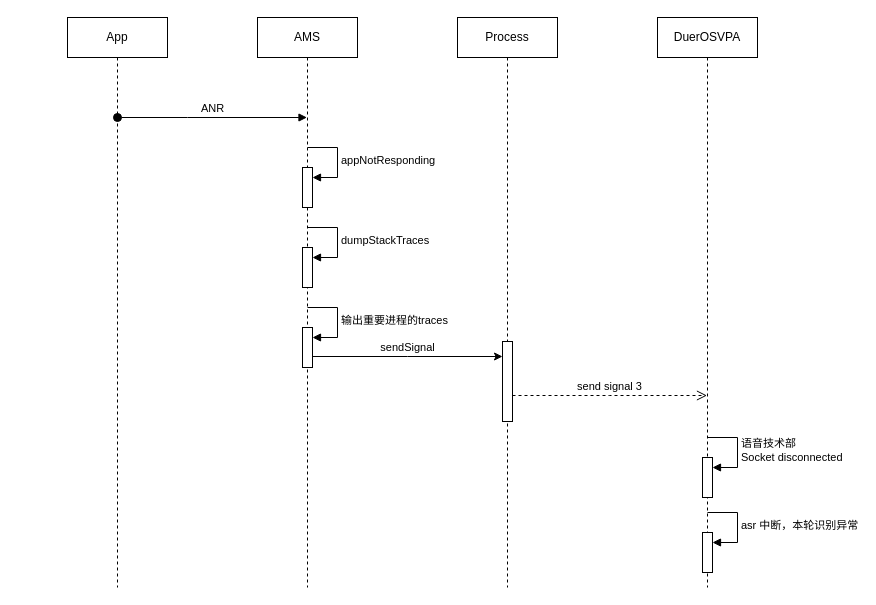
This is page "第 17 页" (17 of 17) of 未命名绘图.drawio from songlongGithub/CustomDemo, a draw.io file, before an edit. Source tidied: cells renumbered, new cells numbered last; positions are measured from the earlier drawing's top-left corner, leaving out a move shared by most shapes. Both pictures are drawn from the tidied source at 100%, with x=0, y=0 at pixel (67, 17).
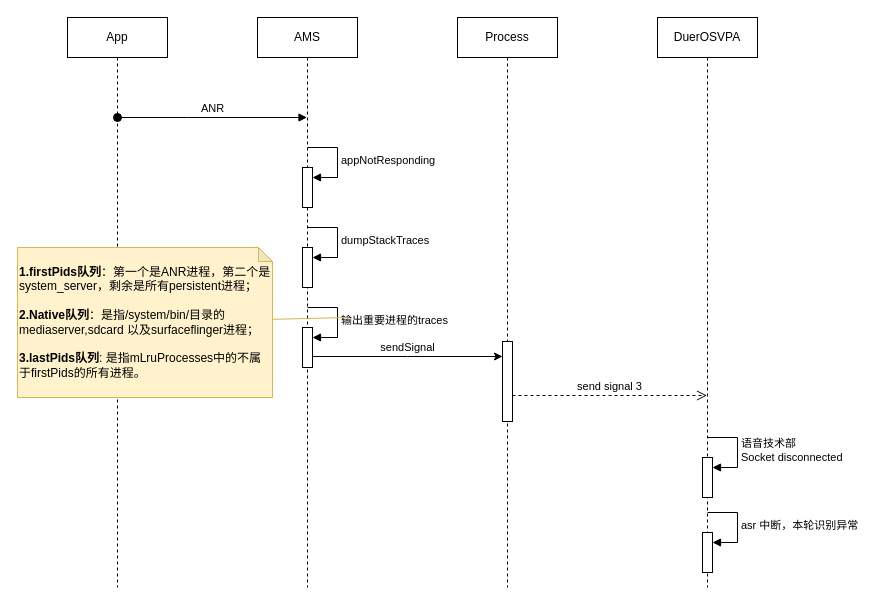
The same diagram, later.

Commit message:
更新未命名绘图.drawio

The edit, as a diff of the source:
```diff
@@
+    <mxCell id="20" value="&lt;span style=&quot;background-color: initial;&quot;&gt;&lt;b&gt;1.firstPids队列&lt;/b&gt;：第一个是ANR进程，第二个是system_server，剩余是所有persistent进程；&lt;br&gt;&lt;/span&gt;&lt;br&gt;&lt;span style=&quot;background-color: initial;&quot;&gt;&lt;b&gt;2.Native队列&lt;/b&gt;：是指/system/bin/目录的mediaserver,sdcard 以及surfaceflinger进程；&lt;br&gt;&lt;/span&gt;&lt;br&gt;&lt;span style=&quot;background-color: initial;&quot;&gt;&lt;b&gt;3.lastPids队列&lt;/b&gt;: 是指mLruProcesses中的不属于firstPids的所有进程。&lt;/span&gt;" style="shape=note;whiteSpace=wrap;html=1;backgroundOutline=1;darkOpacity=0.05;size=14;align=left;fillColor=#fff2cc;strokeColor=#d6b656;" parent="1" vertex="1">
+      <mxGeometry x="-50" y="230" width="255" height="150" as="geometry" />
+    </mxCell>
+    <mxCell id="21" style="endArrow=none;html=1;rounded=0;fillColor=#fff2cc;strokeColor=#d6b656;" parent="1" edge="1" source="20">
+      <mxGeometry relative="1" as="geometry">
+        <mxPoint x="280" y="300" as="targetPoint" />
+      </mxGeometry>
+    </mxCell>
```
